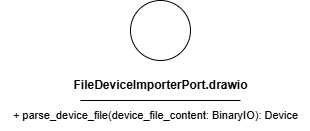
The draw.io diagram src/PB/DocumentazioneEsterna/Specifica_Tecnica/content/05-diagrammi-classi/uml/png/ImportDevice/FileDeviceImporterPort.png in GroupRubberDuck/Documentazione, before a commit. Source tidied: cells renumbered, new cells last; positions are measured from the earlier drawing's top-left corner, leaving out a move shared by most shapes. Its diagram source:
```xml
<mxGraphModel>
  <root>
    <mxCell id="0" />
    <mxCell id="1" parent="0" />
    <mxCell id="2" style="ellipse;whiteSpace=wrap;html=1;" parent="1" vertex="1">
      <mxGeometry x="130" width="60" height="60" as="geometry" />
    </mxCell>
    <mxCell id="3" value="&lt;b&gt;FileDeviceImporterPort.drawio&lt;/b&gt;" style="text;html=1;align=center;verticalAlign=middle;strokeColor=none;fillColor=none;" parent="1" vertex="1">
      <mxGeometry x="60" y="70" width="200" height="30" as="geometry" />
    </mxCell>
    <mxCell id="4" style="endArrow=none;html=1;" parent="1" edge="1">
      <mxGeometry relative="1" as="geometry">
        <mxPoint x="80" y="100" as="sourcePoint" />
        <mxPoint x="240" y="100" as="targetPoint" />
        <Array as="points">
          <mxPoint x="160" y="100" />
        </Array>
      </mxGeometry>
    </mxCell>
    <mxCell id="5" value="&lt;font style=&quot;font-size: 11px;&quot;&gt;+ parse_device_file(device_file_content: BinaryIO): Device&lt;/font&gt;" style="text;html=1;align=center;verticalAlign=middle;strokeColor=none;fillColor=none;" parent="1" vertex="1">
      <mxGeometry y="100" width="310" height="30" as="geometry" />
    </mxCell>
  </root>
</mxGraphModel>
```
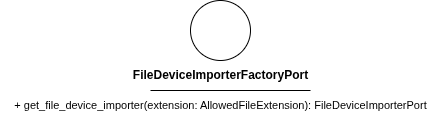
The same file after the commit.

What changed in the source:
```diff
@@ -3,22 +3,22 @@
     <mxCell id="0" />
     <mxCell id="1" parent="0" />
     <mxCell id="2" style="ellipse;whiteSpace=wrap;html=1;" parent="1" vertex="1">
-      <mxGeometry x="130" width="60" height="60" as="geometry" />
+      <mxGeometry x="40" y="50" width="60" height="60" as="geometry" />
     </mxCell>
-    <mxCell id="3" value="&lt;b&gt;FileDeviceImporterPort.drawio&lt;/b&gt;" style="text;html=1;align=center;verticalAlign=middle;strokeColor=none;fillColor=none;" parent="1" vertex="1">
-      <mxGeometry x="60" y="70" width="200" height="30" as="geometry" />
+    <mxCell id="3" value="&lt;b&gt;FileDeviceImporterFactoryPort&lt;/b&gt;" style="text;html=1;align=center;verticalAlign=middle;strokeColor=none;fillColor=none;" parent="1" vertex="1">
+      <mxGeometry x="-30" y="110" width="200" height="30" as="geometry" />
     </mxCell>
     <mxCell id="4" style="endArrow=none;html=1;" parent="1" edge="1">
       <mxGeometry relative="1" as="geometry">
-        <mxPoint x="80" y="100" as="sourcePoint" />
-        <mxPoint x="240" y="100" as="targetPoint" />
+        <mxPoint y="140" as="sourcePoint" />
+        <mxPoint x="160" y="140" as="targetPoint" />
         <Array as="points">
-          <mxPoint x="160" y="100" />
+          <mxPoint x="80" y="140" />
         </Array>
       </mxGeometry>
     </mxCell>
-    <mxCell id="5" value="&lt;font style=&quot;font-size: 11px;&quot;&gt;+ parse_device_file(device_file_content: BinaryIO): Device&lt;/font&gt;" style="text;html=1;align=center;verticalAlign=middle;strokeColor=none;fillColor=none;" parent="1" vertex="1">
-      <mxGeometry y="100" width="310" height="30" as="geometry" />
+    <mxCell id="5" value="&lt;span style=&quot;font-size: 11px;&quot;&gt;+ get_file_device_importer(extension: AllowedFileExtension): FileDeviceImporterPort&lt;/span&gt;" style="text;html=1;align=center;verticalAlign=middle;strokeColor=none;fillColor=none;" parent="1" vertex="1">
+      <mxGeometry x="-150" y="140" width="440" height="30" as="geometry" />
     </mxCell>
   </root>
 </mxGraphModel>
```
